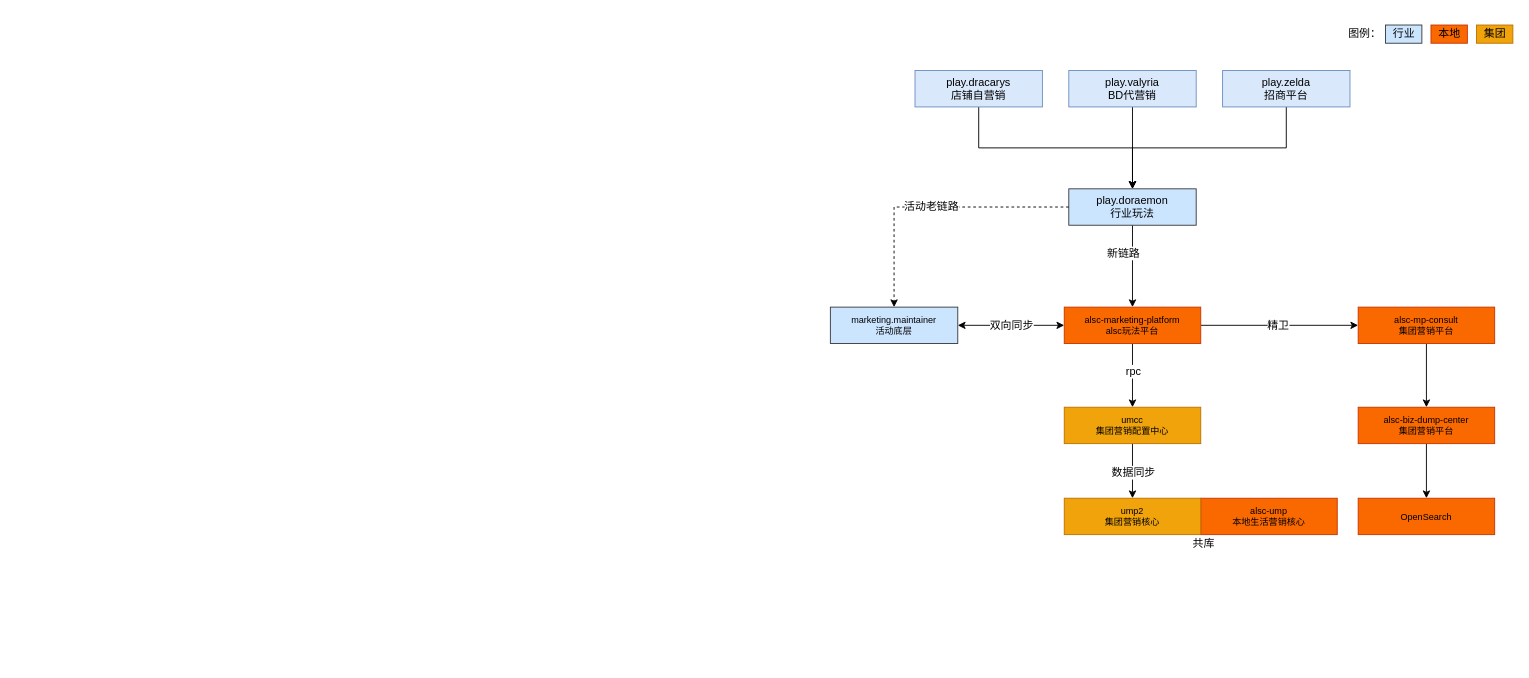
Above: page "B端活动供给链路" (1 of 4) of 营销业务梳理.drawio in jon-kong/draw.io (draw.io), before the change. Source tidied: cells renumbered, new cells numbered last; positions are measured from the earlier drawing's top-left corner, leaving out a move shared by most shapes. Both pictures are drawn from the tidied source at 91%, with x=0, y=0 at pixel (830, 25).
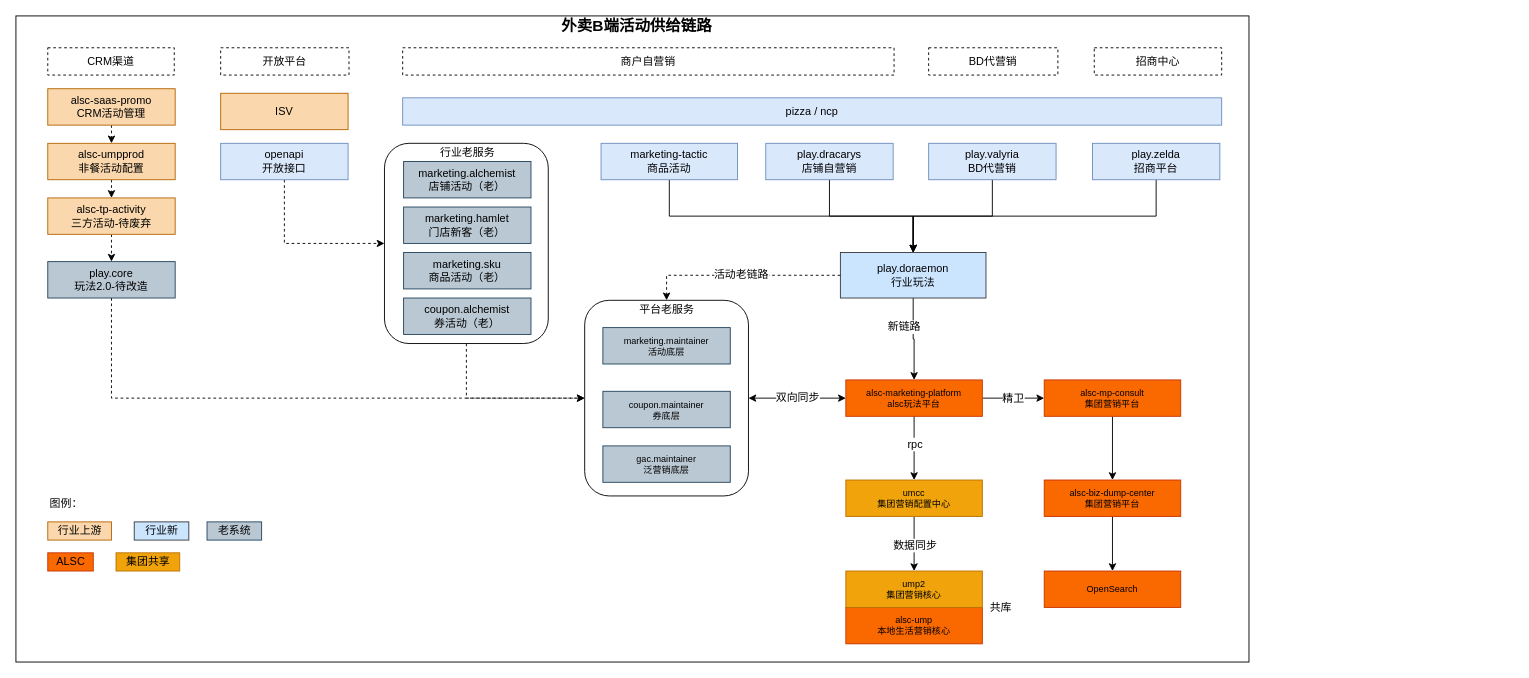
Above is the later version.

Commit message:
Update 营销业务梳理.drawio

What changed in the source:
```diff
@@
+    <mxCell id="34" style="rounded=0;whiteSpace=wrap;html=1;labelBackgroundColor=none;fontSize=12;" parent="1" vertex="1">
+      <mxGeometry x="-895" y="-10" width="1355" height="710" as="geometry" />
+    </mxCell>
+    <mxCell id="35" style="edgeStyle=orthogonalEdgeStyle;rounded=0;sketch=0;jumpStyle=arc;jumpSize=6;jettySize=auto;html=1;exitX=0.5;exitY=1;exitDx=0;exitDy=0;entryX=0;entryY=0.5;entryDx=0;entryDy=0;shadow=0;dashed=1;fontSize=12;strokeColor=default;" parent="1" edge="1" source="36" target="37">
+      <mxGeometry relative="1" as="geometry" />
+    </mxCell>
+    <mxCell id="36" style="rounded=1;whiteSpace=wrap;html=1;labelBackgroundColor=none;fontSize=12;fillColor=none;" parent="1" vertex="1">
+      <mxGeometry x="-490" y="130" width="180" height="220" as="geometry" />
+    </mxCell>
+    <mxCell id="37" style="rounded=1;whiteSpace=wrap;html=1;labelBackgroundColor=none;fontSize=12;fillColor=none;" parent="1" vertex="1">
+      <mxGeometry x="-270" y="302.5" width="180" height="215" as="geometry" />
+    </mxCell>
@@
     <mxCell id="3" value="play.valyria&lt;br&gt;BD代营销" style="rounded=0;whiteSpace=wrap;html=1;fillColor=#dae8fc;strokeColor=#6c8ebf;" parent="1" vertex="1">
-      <mxGeometry x="262" y="50" width="140" height="40" as="geometry" />
+      <mxGeometry x="108" y="130" width="140" height="40" as="geometry" />
     </mxCell>
@@
     <mxCell id="6" value="play.doraemon&lt;br&gt;行业玩法" style="rounded=0;whiteSpace=wrap;html=1;fillColor=#cce5ff;strokeColor=#36393d;" parent="1" vertex="1">
-      <mxGeometry x="262" y="180" width="140" height="40" as="geometry" />
+      <mxGeometry x="11" y="250" width="160" height="50" as="geometry" />
     </mxCell>
-    <mxCell id="7" value="marketing.maintainer&lt;br&gt;活动底层" style="rounded=0;fontSize=10;labelBackgroundColor=none;html=1;whiteSpace=wrap;fillColor=#cce5ff;strokeColor=#36393d;" parent="1" vertex="1">
-      <mxGeometry y="310" width="140" height="40" as="geometry" />
+    <mxCell id="7" value="marketing.maintainer&lt;br&gt;活动底层" style="rounded=0;fontSize=10;labelBackgroundColor=none;html=1;whiteSpace=wrap;fillColor=#bac8d3;strokeColor=#23445d;" parent="1" vertex="1">
+      <mxGeometry x="-250" y="332.5" width="140" height="40" as="geometry" />
     </mxCell>
-    <mxCell id="8" value="活动老链路" style="endArrow=classic;html=1;rounded=0;fontSize=12;exitX=0;exitY=0.5;exitDx=0;exitDy=0;dashed=1;edgeStyle=orthogonalEdgeStyle;" parent="1" edge="1" source="6" target="7">
+    <mxCell id="8" value="活动老链路" style="endArrow=classic;html=1;rounded=0;fontSize=12;exitX=0;exitY=0.5;exitDx=0;exitDy=0;dashed=1;edgeStyle=orthogonalEdgeStyle;" parent="1" edge="1" source="6" target="63">
       <mxGeometry relative="1" as="geometry" />
     </mxCell>
@@
     <mxCell id="13" value="alsc-marketing-platform&lt;br&gt;alsc玩法平台" style="rounded=0;fontSize=10;labelBackgroundColor=none;html=1;whiteSpace=wrap;fillColor=#fa6800;strokeColor=#C73500;fontColor=#000000;" parent="1" vertex="1">
-      <mxGeometry x="257" y="310" width="150" height="40" as="geometry" />
+      <mxGeometry x="17" y="390" width="150" height="40" as="geometry" />
     </mxCell>
-    <mxCell id="14" value="双向同步" style="endArrow=classic;startArrow=classic;html=1;rounded=0;fontSize=12;entryX=0;entryY=0.5;entryDx=0;entryDy=0;" parent="1" edge="1" source="7" target="13">
+    <mxCell id="14" value="双向同步" style="endArrow=classic;startArrow=classic;html=1;rounded=0;fontSize=12;entryX=0;entryY=0.5;entryDx=0;entryDy=0;exitX=1;exitY=0.5;exitDx=0;exitDy=0;" parent="1" edge="1" source="37" target="13">
       <mxGeometry relative="1" as="geometry" />
     </mxCell>
@@
     <mxCell id="17" value="umcc&lt;br&gt;集团营销配置中心" style="rounded=0;fontSize=10;labelBackgroundColor=none;html=1;whiteSpace=wrap;fillColor=#f0a30a;fontColor=#000000;strokeColor=#BD7000;" parent="1" vertex="1">
-      <mxGeometry x="257" y="420" width="150" height="40" as="geometry" />
+      <mxGeometry x="17" y="500" width="150" height="40" as="geometry" />
     </mxCell>
@@
     <mxCell id="19" value="alsc-mp-consult&lt;br&gt;集团营销平台" style="rounded=0;fontSize=10;labelBackgroundColor=none;html=1;whiteSpace=wrap;fillColor=#fa6800;fontColor=#000000;strokeColor=#C73500;" parent="1" vertex="1">
-      <mxGeometry x="580" y="310" width="150" height="40" as="geometry" />
+      <mxGeometry x="235" y="390" width="150" height="40" as="geometry" />
     </mxCell>
@@
     <mxCell id="21" value="alsc-biz-dump-center&lt;br&gt;集团营销平台" style="rounded=0;fontSize=10;labelBackgroundColor=none;html=1;whiteSpace=wrap;fillColor=#fa6800;fontColor=#000000;strokeColor=#C73500;" parent="1" vertex="1">
-      <mxGeometry x="580" y="420" width="150" height="40" as="geometry" />
+      <mxGeometry x="235" y="500" width="150" height="40" as="geometry" />
     </mxCell>
     <mxCell id="22" value="OpenSearch" style="rounded=0;fontSize=10;labelBackgroundColor=none;html=1;whiteSpace=wrap;fillColor=#fa6800;fontColor=#000000;strokeColor=#C73500;" parent="1" vertex="1">
-      <mxGeometry x="580" y="520" width="150" height="40" as="geometry" />
+      <mxGeometry x="235" y="600" width="150" height="40" as="geometry" />
     </mxCell>
     <mxCell id="23" value="alsc-ump&lt;br&gt;本地生活营销核心" style="rounded=0;fontSize=10;labelBackgroundColor=none;html=1;whiteSpace=wrap;fillColor=#fa6800;fontColor=#000000;strokeColor=#C73500;" parent="1" vertex="1">
-      <mxGeometry x="407" y="520" width="150" height="40" as="geometry" />
+      <mxGeometry x="17" y="640" width="150" height="40" as="geometry" />
     </mxCell>
     <mxCell id="24" value="ump2&lt;br&gt;集团营销核心" style="rounded=0;fontSize=10;labelBackgroundColor=none;html=1;whiteSpace=wrap;fillColor=#f0a30a;fontColor=#000000;strokeColor=#BD7000;" parent="1" vertex="1">
-      <mxGeometry x="257" y="520" width="150" height="40" as="geometry" />
+      <mxGeometry x="17" y="600" width="150" height="40" as="geometry" />
     </mxCell>
     <mxCell id="25" value="共库" style="text;html=1;align=center;verticalAlign=middle;strokeColor=none;fillColor=none;fontSize=12;" parent="1" vertex="1">
-      <mxGeometry x="390" y="560" width="40" height="20" as="geometry" />
+      <mxGeometry x="167" y="630" width="40" height="20" as="geometry" />
     </mxCell>
@@
     <mxCell id="27" value="play.dracarys&lt;br&gt;店铺自营销" style="rounded=0;whiteSpace=wrap;html=1;fillColor=#dae8fc;strokeColor=#6c8ebf;" parent="1" vertex="1">
-      <mxGeometry x="93" y="50" width="140" height="40" as="geometry" />
+      <mxGeometry x="-71" y="130" width="140" height="40" as="geometry" />
     </mxCell>
@@
     <mxCell id="29" value="play.zelda&lt;br&gt;招商平台" style="rounded=0;whiteSpace=wrap;html=1;fillColor=#dae8fc;strokeColor=#6c8ebf;" parent="1" vertex="1">
-      <mxGeometry x="431" y="50" width="140" height="40" as="geometry" />
+      <mxGeometry x="288" y="130" width="140" height="40" as="geometry" />
     </mxCell>
-    <mxCell id="30" value="行业" style="text;html=1;align=center;verticalAlign=middle;strokeColor=#36393d;fillColor=#cce5ff;fontSize=12;" parent="1" vertex="1">
-      <mxGeometry x="610" width="40" height="20" as="geometry" />
+    <mxCell id="30" value="行业上游" style="text;html=1;align=center;verticalAlign=middle;strokeColor=#b46504;fillColor=#fad7ac;fontSize=12;" parent="1" vertex="1">
+      <mxGeometry x="-860" y="546" width="70" height="20" as="geometry" />
     </mxCell>
-    <mxCell id="31" value="本地" style="text;html=1;align=center;verticalAlign=middle;strokeColor=#C73500;fillColor=#fa6800;fontSize=12;fontColor=#000000;" parent="1" vertex="1">
-      <mxGeometry x="660" width="40" height="20" as="geometry" />
+    <mxCell id="31" value="ALSC" style="text;html=1;align=center;verticalAlign=middle;strokeColor=#C73500;fillColor=#fa6800;fontSize=12;fontColor=#000000;" parent="1" vertex="1">
+      <mxGeometry x="-860" y="580" width="50" height="20" as="geometry" />
     </mxCell>
-    <mxCell id="32" value="集团" style="text;html=1;align=center;verticalAlign=middle;strokeColor=#BD7000;fillColor=#f0a30a;fontSize=12;fontColor=#000000;" parent="1" vertex="1">
-      <mxGeometry x="710" width="40" height="20" as="geometry" />
+    <mxCell id="32" value="集团共享" style="text;html=1;align=center;verticalAlign=middle;strokeColor=#BD7000;fillColor=#f0a30a;fontSize=12;fontColor=#000000;" parent="1" vertex="1">
+      <mxGeometry x="-785" y="580" width="70" height="20" as="geometry" />
     </mxCell>
     <mxCell id="33" value="图例：" style="text;html=1;align=center;verticalAlign=middle;strokeColor=none;fillColor=none;fontSize=12;" parent="1" vertex="1">
-      <mxGeometry x="557" width="60" height="20" as="geometry" />
+      <mxGeometry x="-870" y="515.5" width="60" height="20" as="geometry" />
     </mxCell>
+    <mxCell id="38" value="商户自营销" style="rounded=0;whiteSpace=wrap;html=1;dashed=1;labelBackgroundColor=none;fontSize=12;" parent="1" vertex="1">
+      <mxGeometry x="-470" y="25" width="540" height="30" as="geometry" />
+    </mxCell>
+    <mxCell id="39" value="BD代营销" style="rounded=0;whiteSpace=wrap;html=1;dashed=1;labelBackgroundColor=none;fontSize=12;" parent="1" vertex="1">
+      <mxGeometry x="108" y="25" width="142" height="30" as="geometry" />
+    </mxCell>
+    <mxCell id="40" value="招商中心" style="rounded=0;whiteSpace=wrap;html=1;dashed=1;labelBackgroundColor=none;fontSize=12;" parent="1" vertex="1">
+      <mxGeometry x="290" y="25" width="140" height="30" as="geometry" />
+    </mxCell>
+    <mxCell id="41" value="CRM渠道" style="rounded=0;whiteSpace=wrap;html=1;dashed=1;labelBackgroundColor=none;fontSize=12;fillColor=none;" parent="1" vertex="1">
+      <mxGeometry x="-860" y="25" width="139" height="30" as="geometry" />
+    </mxCell>
+    <mxCell id="42" value="开放平台" style="rounded=0;whiteSpace=wrap;html=1;dashed=1;labelBackgroundColor=none;fontSize=12;" parent="1" vertex="1">
+      <mxGeometry x="-670" y="25" width="141" height="30" as="geometry" />
+    </mxCell>
+    <mxCell id="43" value="&lt;font style=&quot;font-size: 17px&quot;&gt;外卖B端活动供给链路&lt;/font&gt;" style="text;html=1;align=center;verticalAlign=middle;strokeColor=none;fillColor=none;fontSize=12;fontStyle=1;" parent="1" vertex="1">
+      <mxGeometry x="-303" y="-8" width="180" height="20" as="geometry" />
+    </mxCell>
+    <mxCell id="44" value="pizza / ncp" style="rounded=0;whiteSpace=wrap;html=1;fillColor=#dae8fc;strokeColor=#6c8ebf;" parent="1" vertex="1">
+      <mxGeometry x="-470" y="80" width="900" height="30" as="geometry" />
+    </mxCell>
+    <mxCell id="45" style="edgeStyle=orthogonalEdgeStyle;rounded=0;sketch=0;jumpStyle=arc;jumpSize=6;jettySize=auto;html=1;exitX=0.5;exitY=1;exitDx=0;exitDy=0;entryX=0.5;entryY=0;entryDx=0;entryDy=0;shadow=0;fontSize=12;strokeColor=default;" parent="1" edge="1" source="46" target="6">
+      <mxGeometry relative="1" as="geometry" />
+    </mxCell>
+    <mxCell id="46" value="marketing-tactic&lt;br&gt;商品活动" style="rounded=0;whiteSpace=wrap;html=1;fillColor=#dae8fc;strokeColor=#6c8ebf;" parent="1" vertex="1">
+      <mxGeometry x="-252" y="130" width="150" height="40" as="geometry" />
+    </mxCell>
+    <mxCell id="47" style="edgeStyle=orthogonalEdgeStyle;rounded=0;sketch=0;jumpStyle=arc;jumpSize=6;jettySize=auto;html=1;exitX=0.5;exitY=1;exitDx=0;exitDy=0;entryX=0.5;entryY=0;entryDx=0;entryDy=0;shadow=0;dashed=1;fontSize=12;strokeColor=default;" parent="1" edge="1" source="48" target="50">
+      <mxGeometry relative="1" as="geometry" />
+    </mxCell>
+    <mxCell id="48" value="alsc-tp-activity&lt;br&gt;三方活动-待废弃" style="rounded=0;whiteSpace=wrap;html=1;fillColor=#fad7ac;strokeColor=#b46504;" parent="1" vertex="1">
+      <mxGeometry x="-860" y="190" width="140" height="40" as="geometry" />
+    </mxCell>
+    <mxCell id="49" style="edgeStyle=orthogonalEdgeStyle;rounded=0;sketch=0;jumpStyle=arc;jumpSize=6;jettySize=auto;html=1;exitX=0.5;exitY=1;exitDx=0;exitDy=0;shadow=0;fontSize=12;strokeColor=default;dashed=1;entryX=0;entryY=0.5;entryDx=0;entryDy=0;" parent="1" edge="1" source="50" target="37">
+      <mxGeometry relative="1" as="geometry" />
+    </mxCell>
+    <mxCell id="50" value="play.core&lt;br&gt;玩法2.0-待改造" style="rounded=0;whiteSpace=wrap;html=1;fillColor=#bac8d3;strokeColor=#23445d;" parent="1" vertex="1">
+      <mxGeometry x="-860" y="260" width="140" height="40" as="geometry" />
+    </mxCell>
+    <mxCell id="51" style="edgeStyle=orthogonalEdgeStyle;rounded=0;sketch=0;jumpStyle=arc;jumpSize=6;jettySize=auto;html=1;exitX=0.5;exitY=1;exitDx=0;exitDy=0;entryX=0.5;entryY=0;entryDx=0;entryDy=0;shadow=0;dashed=1;fontSize=12;strokeColor=default;" parent="1" edge="1" source="52" target="48">
+      <mxGeometry relative="1" as="geometry" />
+    </mxCell>
+    <mxCell id="52" value="alsc-umpprod&lt;br&gt;非餐活动配置" style="rounded=0;whiteSpace=wrap;html=1;fillColor=#fad7ac;strokeColor=#b46504;" parent="1" vertex="1">
+      <mxGeometry x="-860" y="130" width="140" height="40" as="geometry" />
+    </mxCell>
+    <mxCell id="53" style="edgeStyle=orthogonalEdgeStyle;rounded=0;sketch=0;jumpStyle=arc;jumpSize=6;jettySize=auto;html=1;exitX=0.5;exitY=1;exitDx=0;exitDy=0;entryX=0.5;entryY=0;entryDx=0;entryDy=0;shadow=0;dashed=1;fontSize=12;strokeColor=default;" parent="1" edge="1" source="54" target="52">
+      <mxGeometry relative="1" as="geometry" />
+    </mxCell>
+    <mxCell id="54" value="alsc-saas-promo&lt;br&gt;CRM活动管理" style="rounded=0;whiteSpace=wrap;html=1;fillColor=#fad7ac;strokeColor=#b46504;" parent="1" vertex="1">
+      <mxGeometry x="-860" y="70" width="140" height="40" as="geometry" />
+    </mxCell>
+    <mxCell id="55" value="ISV" style="rounded=0;whiteSpace=wrap;html=1;fillColor=#fad7ac;strokeColor=#b46504;" parent="1" vertex="1">
+      <mxGeometry x="-670" y="75" width="140" height="40" as="geometry" />
+    </mxCell>
+    <mxCell id="56" style="edgeStyle=orthogonalEdgeStyle;rounded=0;sketch=0;jumpStyle=arc;jumpSize=6;jettySize=auto;html=1;exitX=0.5;exitY=1;exitDx=0;exitDy=0;entryX=0;entryY=0.5;entryDx=0;entryDy=0;shadow=0;fontSize=12;strokeColor=default;dashed=1;" parent="1" edge="1" source="57" target="36">
+      <mxGeometry relative="1" as="geometry" />
+    </mxCell>
+    <mxCell id="57" value="openapi&lt;br&gt;开放接口" style="rounded=0;whiteSpace=wrap;html=1;fillColor=#dae8fc;strokeColor=#6c8ebf;" parent="1" vertex="1">
+      <mxGeometry x="-670" y="130" width="140" height="40" as="geometry" />
+    </mxCell>
+    <mxCell id="58" value="marketing.alchemist&lt;br&gt;店铺活动（老）" style="rounded=0;whiteSpace=wrap;html=1;fillColor=#bac8d3;strokeColor=#23445d;" parent="1" vertex="1">
+      <mxGeometry x="-469" y="150" width="140" height="40" as="geometry" />
+    </mxCell>
+    <mxCell id="59" value="marketing.sku&lt;br&gt;商品活动（老）" style="rounded=0;whiteSpace=wrap;html=1;fillColor=#bac8d3;strokeColor=#23445d;" parent="1" vertex="1">
+      <mxGeometry x="-469" y="250" width="140" height="40" as="geometry" />
+    </mxCell>
+    <mxCell id="60" value="marketing.hamlet&lt;br&gt;门店新客（老）" style="rounded=0;whiteSpace=wrap;html=1;fillColor=#bac8d3;strokeColor=#23445d;" parent="1" vertex="1">
+      <mxGeometry x="-469" y="200" width="140" height="40" as="geometry" />
+    </mxCell>
+    <mxCell id="61" value="coupon.maintainer&lt;br&gt;券底层" style="rounded=0;fontSize=10;labelBackgroundColor=none;html=1;whiteSpace=wrap;fillColor=#bac8d3;strokeColor=#23445d;" parent="1" vertex="1">
+      <mxGeometry x="-250" y="402.5" width="140" height="40" as="geometry" />
+    </mxCell>
+    <mxCell id="62" value="gac.maintainer&lt;br&gt;泛营销底层" style="rounded=0;fontSize=10;labelBackgroundColor=none;html=1;whiteSpace=wrap;fillColor=#bac8d3;strokeColor=#23445d;" parent="1" vertex="1">
+      <mxGeometry x="-250" y="462.5" width="140" height="40" as="geometry" />
+    </mxCell>
+    <mxCell id="63" value="平台老服务" style="text;html=1;align=center;verticalAlign=middle;points=[];strokeColor=none;fillColor=none;fontSize=12;" parent="1" vertex="1">
+      <mxGeometry x="-225" y="302.5" width="90" height="20" as="geometry" />
+    </mxCell>
+    <mxCell id="64" value="行业老服务" style="text;html=1;align=center;verticalAlign=middle;strokeColor=none;fillColor=none;fontSize=12;" parent="1" vertex="1">
+      <mxGeometry x="-444" y="130" width="90" height="20" as="geometry" />
+    </mxCell>
+    <mxCell id="65" value="coupon.alchemist&lt;br&gt;券活动（老）" style="rounded=0;whiteSpace=wrap;html=1;fillColor=#bac8d3;strokeColor=#23445d;" parent="1" vertex="1">
+      <mxGeometry x="-469" y="300" width="140" height="40" as="geometry" />
+    </mxCell>
+    <mxCell id="66" value="行业新" style="text;html=1;align=center;verticalAlign=middle;strokeColor=#36393d;fillColor=#cce5ff;fontSize=12;" parent="1" vertex="1">
+      <mxGeometry x="-765" y="546" width="60" height="20" as="geometry" />
+    </mxCell>
+    <mxCell id="67" value="老系统" style="text;html=1;align=center;verticalAlign=middle;strokeColor=#23445d;fillColor=#bac8d3;fontSize=12;" parent="1" vertex="1">
+      <mxGeometry x="-685" y="546" width="60" height="20" as="geometry" />
+    </mxCell>
```
